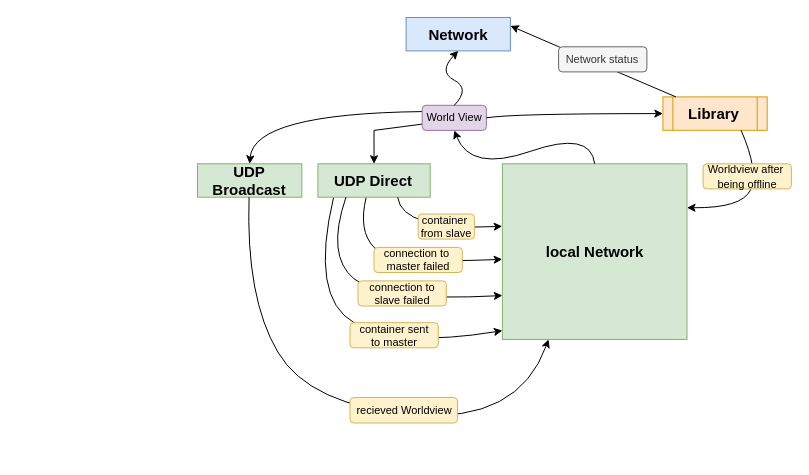
This is page "Network_module" (2 of 11) of elevator_pro_rebrand/Flowcharts/elevatorpro.drawio from Adriaeik/TTK4145-Prosjekt-AIS, a draw.io file, before an edit. Source tidied: cells renumbered, new cells numbered last; positions are measured from the earlier drawing's top-left corner, leaving out a move shared by most shapes. Both pictures are drawn from the tidied source at 100%, with x=0, y=0 at pixel (197, 17).
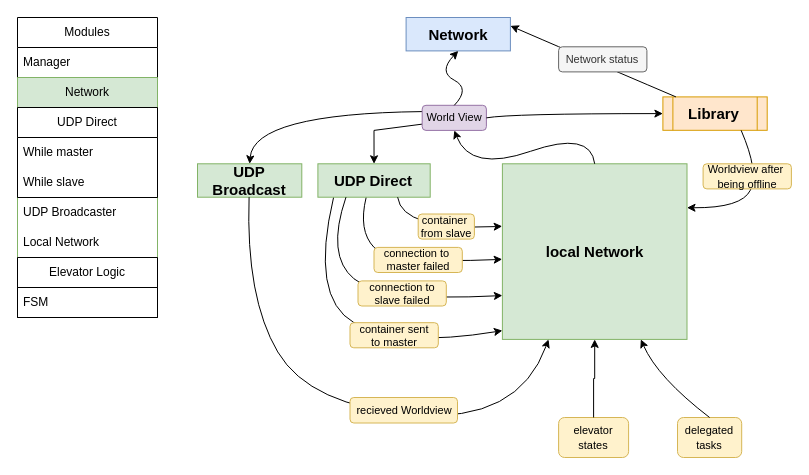
Above is the later version.

Unchanged cells that the change refers to:
```xml
<mxCell id="7" value="&lt;span style=&quot;font-size: 15px;&quot;&gt;&lt;b&gt;local Network&lt;/b&gt;&lt;/span&gt;" style="rounded=0;whiteSpace=wrap;html=1;fillColor=#d5e8d4;strokeColor=#82b366;points=[[0,0,0,0,0],[0,0.05,0,0,0],[0,0.1,0,0,0],[0,0.13,0,0,0],[0,0.14,0,0,0],[0,0.19,0,0,0],[0,0.24,0,0,0],[0,0.25,0,0,0],[0,0.29,0,0,0],[0,0.33,0,0,0],[0,0.38,0,0,0],[0,0.43,0,0,0],[0,0.48,0,0,0],[0,0.5,0,0,0],[0,0.52,0,0,0],[0,0.57,0,0,0],[0,0.62,0,0,0],[0,0.63,0,0,0],[0,0.67,0,0,0],[0,0.71,0,0,0],[0,0.75,0,0,0],[0,0.76,0,0,0],[0,0.81,0,0,0],[0,0.86,0,0,0],[0,0.88,0,0,0],[0,0.9,0,0,0],[0,0.95,0,0,0],[0,1,0,0,0],[0.25,0,0,0,0],[0.25,1,0,0,0],[0.5,0,0,0,0],[0.5,1,0,0,0],[0.75,0,0,0,0],[0.75,1,0,0,0],[1,0,0,0,0],[1,0.25,0,0,0],[1,0.5,0,0,0],[1,0.75,0,0,0],[1,1,0,0,0]];" parent="1" vertex="1">
  <mxGeometry x="304.9" y="146.3" width="184.6" height="175.6" as="geometry" />
</mxCell>
```

Change to the diagram source:
```diff
@@
+    <mxCell id="27" value="Modules" style="swimlane;fontStyle=0;horizontal=1;startSize=30;whiteSpace=wrap;html=1;" parent="1" vertex="1">
+      <mxGeometry x="-180" width="140" height="300" as="geometry" />
+    </mxCell>
+    <mxCell id="28" value="Manager" style="text;strokeColor=none;fillColor=none;align=left;verticalAlign=middle;spacingLeft=4;spacingRight=4;overflow=hidden;whiteSpace=wrap;html=1;" parent="27" vertex="1">
+      <mxGeometry y="30" width="140" height="30" as="geometry" />
+    </mxCell>
+    <mxCell id="29" value="Network" style="swimlane;fontStyle=0;horizontal=1;startSize=30;whiteSpace=wrap;html=1;fillColor=#d5e8d4;strokeColor=#82b366;" parent="27" vertex="1">
+      <mxGeometry y="60" width="140" height="180" as="geometry" />
+    </mxCell>
+    <mxCell id="30" value="UDP Direct" style="swimlane;fontStyle=0;horizontal=1;startSize=30;whiteSpace=wrap;html=1;" parent="29" vertex="1">
+      <mxGeometry y="30" width="140" height="90" as="geometry" />
+    </mxCell>
+    <mxCell id="31" value="While master" style="text;strokeColor=none;fillColor=none;align=left;verticalAlign=middle;spacingLeft=4;spacingRight=4;overflow=hidden;whiteSpace=wrap;html=1;" parent="30" vertex="1">
+      <mxGeometry y="30" width="140" height="30" as="geometry" />
+    </mxCell>
+    <mxCell id="32" value="While slave" style="text;strokeColor=none;fillColor=none;align=left;verticalAlign=middle;spacingLeft=4;spacingRight=4;overflow=hidden;whiteSpace=wrap;html=1;" parent="30" vertex="1">
+      <mxGeometry y="60" width="140" height="30" as="geometry" />
+    </mxCell>
+    <mxCell id="33" value="UDP Broadcaster" style="text;strokeColor=none;fillColor=none;align=left;verticalAlign=middle;spacingLeft=4;spacingRight=4;overflow=hidden;whiteSpace=wrap;html=1;" parent="29" vertex="1">
+      <mxGeometry y="120" width="140" height="30" as="geometry" />
+    </mxCell>
+    <mxCell id="34" value="Local Network" style="text;strokeColor=none;fillColor=none;align=left;verticalAlign=middle;spacingLeft=4;spacingRight=4;overflow=hidden;whiteSpace=wrap;html=1;" parent="29" vertex="1">
+      <mxGeometry y="150" width="140" height="30" as="geometry" />
+    </mxCell>
+    <mxCell id="35" value="Elevator Logic" style="swimlane;fontStyle=0;horizontal=1;startSize=30;whiteSpace=wrap;html=1;" parent="27" vertex="1">
+      <mxGeometry y="240" width="140" height="60" as="geometry" />
+    </mxCell>
+    <mxCell id="36" value="FSM" style="text;strokeColor=none;fillColor=none;align=left;verticalAlign=middle;spacingLeft=4;spacingRight=4;overflow=hidden;whiteSpace=wrap;html=1;" parent="35" vertex="1">
+      <mxGeometry y="30" width="140" height="30" as="geometry" />
+    </mxCell>
+    <mxCell id="37" value="&lt;span style=&quot;font-size: 11px; text-wrap: nowrap;&quot;&gt;elevator&lt;/span&gt;&lt;div&gt;&lt;span style=&quot;font-size: 11px; text-wrap: nowrap;&quot;&gt;states&lt;/span&gt;&lt;/div&gt;" style="rounded=1;whiteSpace=wrap;html=1;fillColor=#fff2cc;strokeColor=#d6b656;" parent="1" vertex="1">
+      <mxGeometry x="361.1" y="400" width="70" height="40" as="geometry" />
+    </mxCell>
+    <mxCell id="38" value="&lt;span style=&quot;font-size: 11px; text-wrap: nowrap;&quot;&gt;delegated&lt;/span&gt;&lt;div&gt;&lt;span style=&quot;font-size: 11px; text-wrap: nowrap;&quot;&gt;tasks&lt;/span&gt;&lt;/div&gt;" style="rounded=1;whiteSpace=wrap;html=1;fillColor=#fff2cc;strokeColor=#d6b656;" parent="1" vertex="1">
+      <mxGeometry x="480" y="400" width="64.2" height="40" as="geometry" />
+    </mxCell>
+    <mxCell id="39" style="edgeStyle=orthogonalEdgeStyle;rounded=0;jettySize=auto;html=1;exitX=0.5;exitY=0;exitDx=0;exitDy=0;entryX=0.5;entryY=1;entryDx=0;entryDy=0;entryPerimeter=0;" parent="1" edge="1" source="37" target="7">
+      <mxGeometry relative="1" as="geometry" />
+    </mxCell>
+    <mxCell id="40" style="curved=1;endArrow=classic;html=1;rounded=0;exitX=0.5;exitY=0;exitDx=0;exitDy=0;entryX=0.75;entryY=1;entryDx=0;entryDy=0;entryPerimeter=0;" parent="1" edge="1" source="38" target="7">
+      <mxGeometry relative="1" as="geometry">
+        <Array as="points">
+          <mxPoint x="460" y="360" />
+        </Array>
+      </mxGeometry>
+    </mxCell>
```
